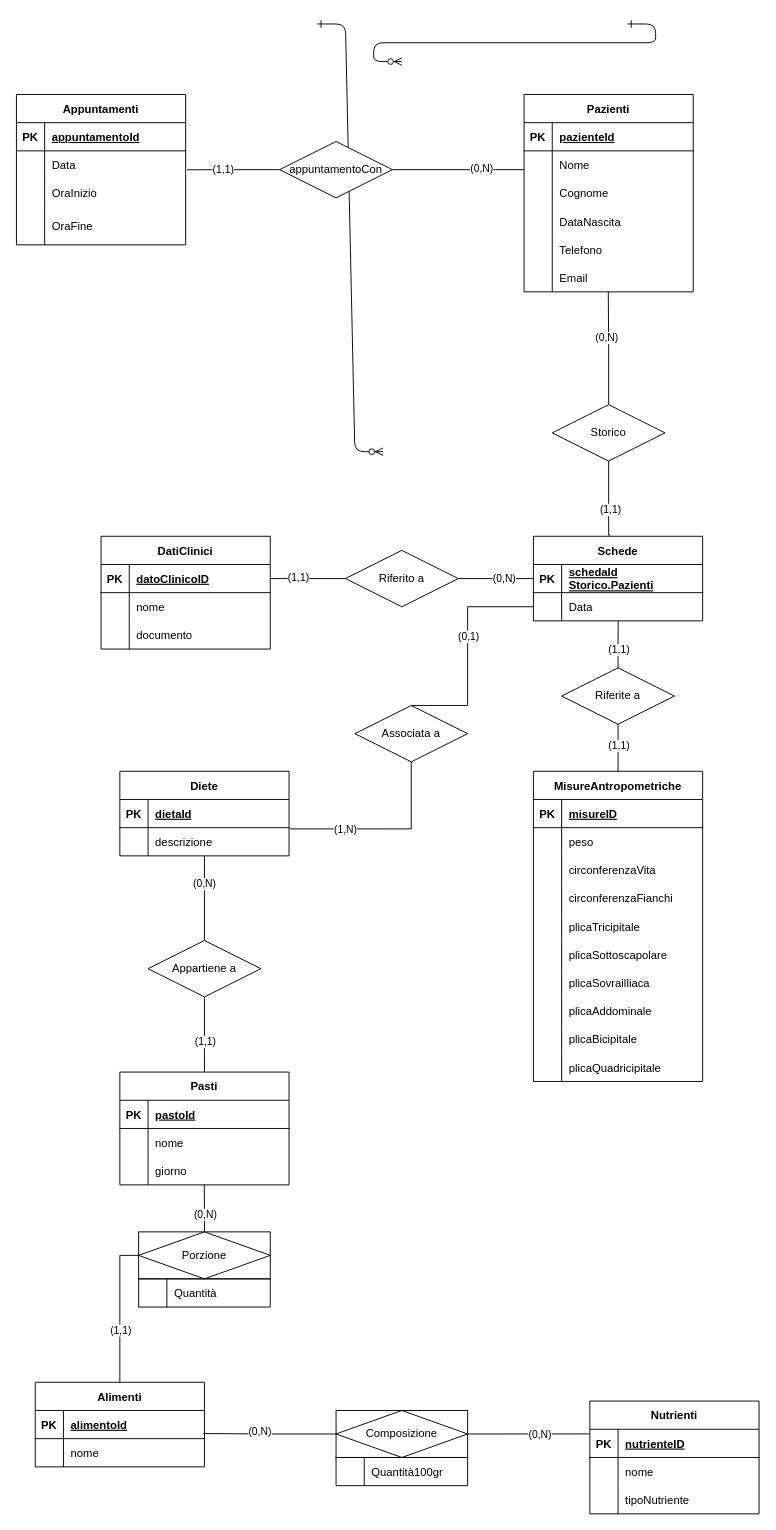
Earlier version of the draw.io diagram ER/E-R.drawio (DeborohNoah/IngSoft). Source tidied: cells renumbered, new cells numbered last; positions are measured from the earlier drawing's top-left corner, leaving out a move shared by most shapes. Both pictures are drawn from the tidied source at 94%, with x=0, y=0 at pixel (16, 24).
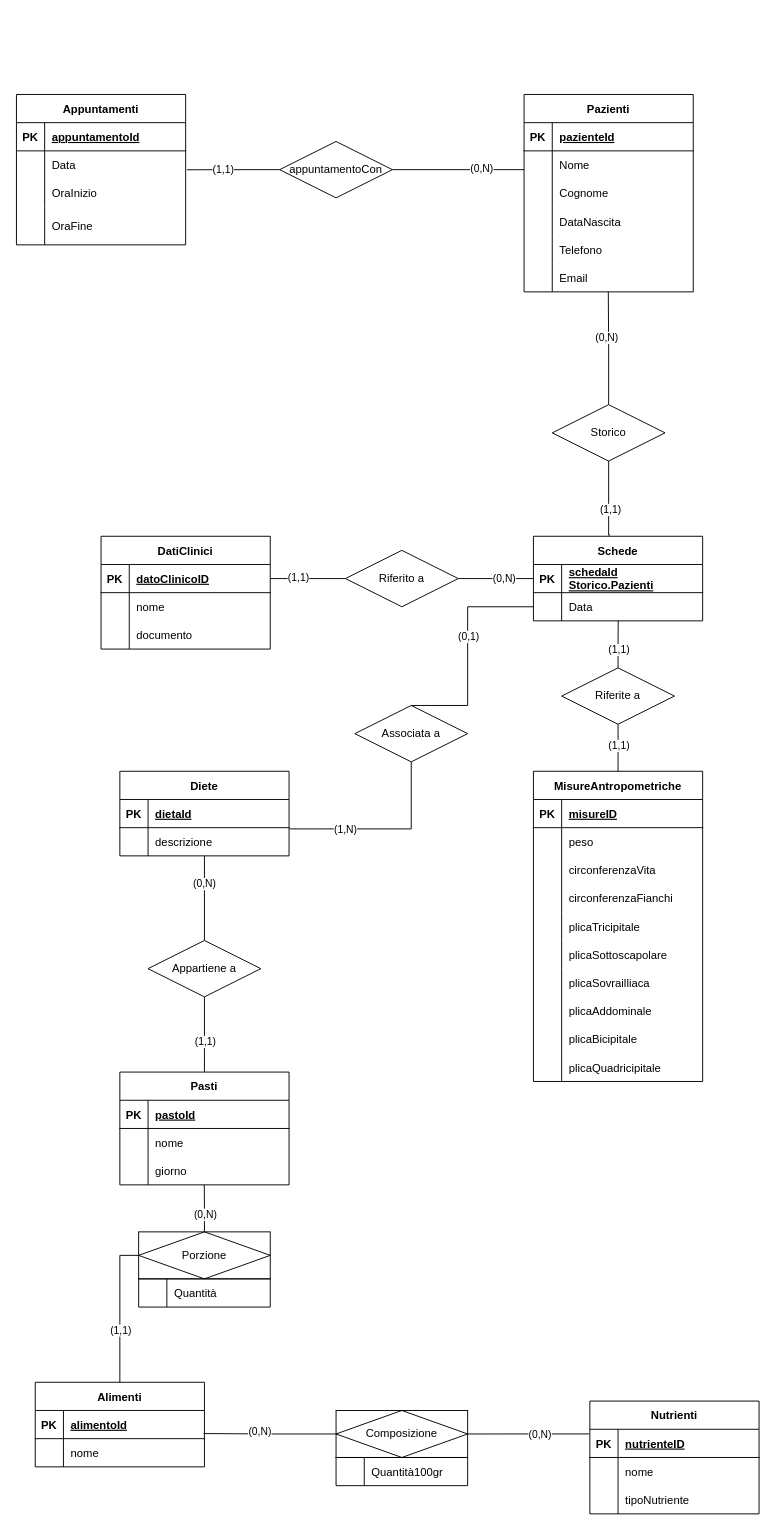
After the change.

Change to the diagram source:
```diff
@@
-    <mxCell id="2" style="edgeStyle=entityRelationEdgeStyle;endArrow=ERzeroToMany;startArrow=ERone;endFill=1;startFill=0;" parent="1" edge="1">
-      <mxGeometry relative="1" as="geometry">
-        <mxPoint x="320" as="sourcePoint" />
-        <mxPoint x="390" y="455" as="targetPoint" />
-      </mxGeometry>
-    </mxCell>
-    <mxCell id="3" style="edgeStyle=entityRelationEdgeStyle;endArrow=ERzeroToMany;startArrow=ERone;endFill=1;startFill=0;" parent="1" edge="1">
-      <mxGeometry relative="1" as="geometry">
-        <mxPoint x="650" as="sourcePoint" />
-        <mxPoint x="410" y="40" as="targetPoint" />
-      </mxGeometry>
-    </mxCell>
```
